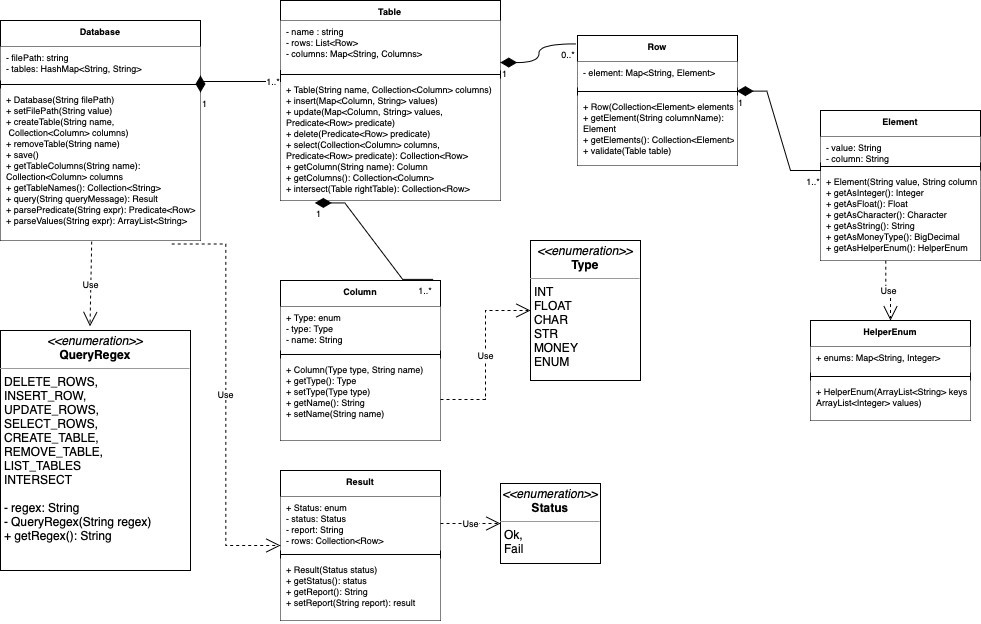
Before: ClassDiagram.drawio.png, a diagram exported from draw.io (zayatsliza/IT). Source tidied: cells renumbered, new cells last; positions are measured from the earlier drawing's top-left corner, leaving out a move shared by most shapes.
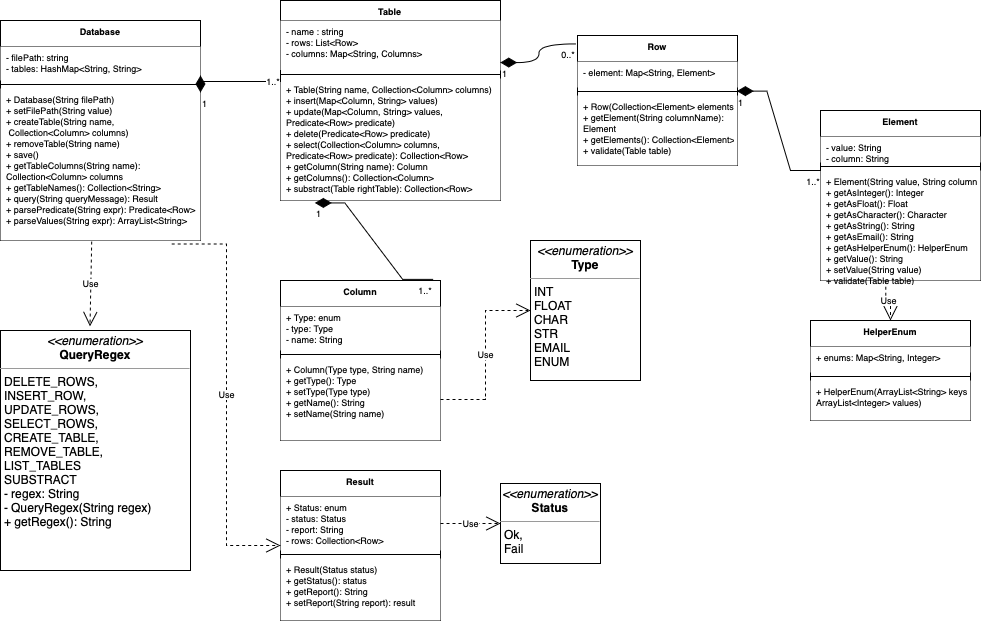
Above is the later version.

What changed in the source:
```diff
@@ -23,7 +23,7 @@
     <mxCell id="8" style="line;strokeWidth=1;fillColor=default;align=left;verticalAlign=middle;spacingTop=-1;spacingLeft=3;spacingRight=3;labelPosition=right;strokeColor=inherit;fontFamily=Helvetica;fontSize=9;fontColor=rgb(0, 0, 0);" parent="6" vertex="1">
       <mxGeometry y="70" width="220" height="8" as="geometry" />
     </mxCell>
-    <mxCell id="9" value="+ Table(String name, Collection&lt;Column&gt; columns)&#10;+ insert(Map&lt;Column, String&gt; values)&#10;+ update(Map&lt;Column, String&gt; values,&#10;Predicate&lt;Row&gt; predicate)&#10;+ delete(Predicate&lt;Row&gt; predicate)&#10;+ select(Collection&lt;Column&gt; columns, &#10;Predicate&lt;Row&gt; predicate): Collection&lt;Row&gt;&#10;+ getColumn(String name): Column&#10;+ getColumns(): Collection&lt;Column&gt;&#10;+ intersect(Table rightTable): Collection&lt;Row&gt;&#10;" style="text;strokeColor=none;fillColor=default;align=left;verticalAlign=top;spacingLeft=4;spacingRight=4;overflow=hidden;points=[[0,0.5],[1,0.5]];portConstraint=eastwest;dashed=1;fontFamily=Helvetica;fontSize=9;fontColor=rgb(0, 0, 0);" parent="6" vertex="1">
+    <mxCell id="9" value="+ Table(String name, Collection&lt;Column&gt; columns)&#10;+ insert(Map&lt;Column, String&gt; values)&#10;+ update(Map&lt;Column, String&gt; values,&#10;Predicate&lt;Row&gt; predicate)&#10;+ delete(Predicate&lt;Row&gt; predicate)&#10;+ select(Collection&lt;Column&gt; columns, &#10;Predicate&lt;Row&gt; predicate): Collection&lt;Row&gt;&#10;+ getColumn(String name): Column&#10;+ getColumns(): Collection&lt;Column&gt;&#10;+ substract(Table rightTable): Collection&lt;Row&gt;&#10;" style="text;strokeColor=none;fillColor=default;align=left;verticalAlign=top;spacingLeft=4;spacingRight=4;overflow=hidden;points=[[0,0.5],[1,0.5]];portConstraint=eastwest;dashed=1;fontFamily=Helvetica;fontSize=9;fontColor=rgb(0, 0, 0);" parent="6" vertex="1">
       <mxGeometry y="78" width="220" height="122" as="geometry" />
     </mxCell>
     <mxCell id="10" value="Row" style="swimlane;fontStyle=1;align=center;verticalAlign=top;horizontal=1;startSize=26;strokeColor=rgb(0, 0, 0);fontFamily=Helvetica;fontSize=9;fontColor=rgb(0, 0, 0);fillColor=default;" parent="1" vertex="1">
@@ -39,7 +39,7 @@
       <mxGeometry y="60" width="160" height="70" as="geometry" />
     </mxCell>
     <mxCell id="14" value="Element" style="swimlane;fontStyle=1;align=center;verticalAlign=top;horizontal=1;startSize=26;strokeColor=rgb(0, 0, 0);fontFamily=Helvetica;fontSize=9;fontColor=rgb(0, 0, 0);fillColor=default;" parent="1" vertex="1">
-      <mxGeometry x="820" y="110" width="160" height="150" as="geometry" />
+      <mxGeometry x="820" y="110" width="160" height="170" as="geometry" />
     </mxCell>
     <mxCell id="15" value="- value: String&#10;- column: String" style="text;strokeColor=none;fillColor=default;align=left;verticalAlign=top;spacingLeft=4;spacingRight=4;overflow=hidden;dashed=1;fontFamily=Helvetica;fontSize=9;fontColor=rgb(0, 0, 0);" parent="14" vertex="1">
       <mxGeometry y="26" width="160" height="26" as="geometry" />
@@ -47,8 +47,8 @@
     <mxCell id="16" style="line;strokeWidth=1;fillColor=default;align=left;verticalAlign=middle;spacingTop=-1;spacingLeft=3;spacingRight=3;labelPosition=right;strokeColor=inherit;fontFamily=Helvetica;fontSize=9;fontColor=rgb(0, 0, 0);" parent="14" vertex="1">
       <mxGeometry y="52" width="160" height="8" as="geometry" />
     </mxCell>
-    <mxCell id="17" value="+ Element(String value, String column)&#10;+ getAsInteger(): Integer&#10;+ getAsFloat(): Float&#10;+ getAsCharacter(): Character&#10;+ getAsString(): String&#10;+ getAsMoneyType(): BigDecimal&#10;+ getAsHelperEnum(): HelperEnum" style="text;strokeColor=none;fillColor=default;align=left;verticalAlign=top;spacingLeft=4;spacingRight=4;overflow=hidden;points=[[0,0.5],[1,0.5]];portConstraint=eastwest;dashed=1;fontFamily=Helvetica;fontSize=9;fontColor=rgb(0, 0, 0);" parent="14" vertex="1">
-      <mxGeometry y="60" width="160" height="90" as="geometry" />
+    <mxCell id="17" value="+ Element(String value, String column)&#10;+ getAsInteger(): Integer&#10;+ getAsFloat(): Float&#10;+ getAsCharacter(): Character&#10;+ getAsString(): String&#10;+ getAsEmail(): String&#10;+ getAsHelperEnum(): HelperEnum&#10;+ getValue(): String&#10;+ setValue(String value)&#10;+ validate(Table table)" style="text;strokeColor=none;fillColor=default;align=left;verticalAlign=top;spacingLeft=4;spacingRight=4;overflow=hidden;points=[[0,0.5],[1,0.5]];portConstraint=eastwest;dashed=1;fontFamily=Helvetica;fontSize=9;fontColor=rgb(0, 0, 0);" parent="14" vertex="1">
+      <mxGeometry y="60" width="160" height="110" as="geometry" />
     </mxCell>
     <mxCell id="18" value="HelperEnum" style="swimlane;fontStyle=1;align=center;verticalAlign=top;horizontal=1;startSize=26;strokeColor=rgb(0, 0, 0);fontFamily=Helvetica;fontSize=9;fontColor=rgb(0, 0, 0);fillColor=default;" parent="1" vertex="1">
       <mxGeometry x="810" y="320" width="160" height="100" as="geometry" />
@@ -62,7 +62,7 @@
     <mxCell id="21" value="+ HelperEnum(ArrayList&lt;String&gt; keys, &#10;ArrayList&lt;Integer&gt; values)" style="text;strokeColor=none;fillColor=default;align=left;verticalAlign=top;spacingLeft=4;spacingRight=4;overflow=hidden;dashed=1;fontFamily=Helvetica;fontSize=9;fontColor=rgb(0, 0, 0);" parent="18" vertex="1">
       <mxGeometry y="60" width="160" height="40" as="geometry" />
     </mxCell>
-    <mxCell id="22" value="&lt;p style=&quot;margin:0px;margin-top:4px;text-align:center;&quot;&gt;&lt;i&gt;&amp;lt;&amp;lt;enumeration&amp;gt;&amp;gt;&lt;/i&gt;&lt;br&gt;&lt;b&gt;QueryRegex&lt;/b&gt;&lt;/p&gt;&lt;hr size=&quot;1&quot;&gt;&lt;p style=&quot;margin:0px;margin-left:4px;&quot;&gt;DELETE_ROWS,&lt;/p&gt;&lt;p style=&quot;margin:0px;margin-left:4px;&quot;&gt;INSERT_ROW,&lt;/p&gt;&lt;p style=&quot;margin:0px;margin-left:4px;&quot;&gt;UPDATE_ROWS,&lt;/p&gt;&lt;p style=&quot;margin:0px;margin-left:4px;&quot;&gt;SELECT_ROWS,&lt;/p&gt;&lt;p style=&quot;margin:0px;margin-left:4px;&quot;&gt;CREATE_TABLE,&lt;/p&gt;&lt;p style=&quot;margin:0px;margin-left:4px;&quot;&gt;REMOVE_TABLE,&lt;/p&gt;&lt;p style=&quot;margin:0px;margin-left:4px;&quot;&gt;LIST_TABLES&lt;/p&gt;&lt;p style=&quot;margin:0px;margin-left:4px;&quot;&gt;INTERSECT&lt;/p&gt;&lt;p style=&quot;margin:0px;margin-left:4px;&quot;&gt;&lt;br&gt;&lt;/p&gt;&lt;p style=&quot;margin:0px;margin-left:4px;&quot;&gt;- regex: String&lt;/p&gt;&lt;p style=&quot;margin:0px;margin-left:4px;&quot;&gt;- QueryRegex(String regex)&lt;/p&gt;&lt;p style=&quot;margin:0px;margin-left:4px;&quot;&gt;+ getRegex(): String&lt;/p&gt;" style="verticalAlign=top;align=left;overflow=fill;fontSize=12;fontFamily=Helvetica;html=1;strokeColor=rgb(0, 0, 0);fontColor=rgb(0, 0, 0);fillColor=rgb(255, 255, 255);" parent="1" vertex="1">
+    <mxCell id="22" value="&lt;p style=&quot;margin:0px;margin-top:4px;text-align:center;&quot;&gt;&lt;i&gt;&amp;lt;&amp;lt;enumeration&amp;gt;&amp;gt;&lt;/i&gt;&lt;br&gt;&lt;b&gt;QueryRegex&lt;/b&gt;&lt;/p&gt;&lt;hr size=&quot;1&quot;&gt;&lt;p style=&quot;margin:0px;margin-left:4px;&quot;&gt;DELETE_ROWS,&lt;/p&gt;&lt;p style=&quot;margin:0px;margin-left:4px;&quot;&gt;INSERT_ROW,&lt;/p&gt;&lt;p style=&quot;margin:0px;margin-left:4px;&quot;&gt;UPDATE_ROWS,&lt;/p&gt;&lt;p style=&quot;margin:0px;margin-left:4px;&quot;&gt;SELECT_ROWS,&lt;/p&gt;&lt;p style=&quot;margin:0px;margin-left:4px;&quot;&gt;CREATE_TABLE,&lt;/p&gt;&lt;p style=&quot;margin:0px;margin-left:4px;&quot;&gt;REMOVE_TABLE,&lt;/p&gt;&lt;p style=&quot;margin:0px;margin-left:4px;&quot;&gt;LIST_TABLES&lt;/p&gt;&lt;p style=&quot;margin:0px;margin-left:4px;&quot;&gt;SUBSTRACT&lt;/p&gt;&lt;p style=&quot;margin:0px;margin-left:4px;&quot;&gt;- regex: String&lt;/p&gt;&lt;p style=&quot;margin:0px;margin-left:4px;&quot;&gt;- QueryRegex(String regex)&lt;/p&gt;&lt;p style=&quot;margin:0px;margin-left:4px;&quot;&gt;+ getRegex(): String&lt;/p&gt;" style="verticalAlign=top;align=left;overflow=fill;fontSize=12;fontFamily=Helvetica;html=1;strokeColor=rgb(0, 0, 0);fontColor=rgb(0, 0, 0);fillColor=rgb(255, 255, 255);" parent="1" vertex="1">
       <mxGeometry y="330" width="190" height="240" as="geometry" />
     </mxCell>
     <mxCell id="23" value="Column" style="swimlane;fontStyle=1;align=center;verticalAlign=top;horizontal=1;startSize=26;strokeColor=rgb(0, 0, 0);fontFamily=Helvetica;fontSize=9;fontColor=rgb(0, 0, 0);fillColor=default;" parent="1" vertex="1">
@@ -77,7 +77,7 @@
     <mxCell id="26" value="+ Column(Type type, String name)&#10;+ getType(): Type&#10;+ setType(Type type)&#10;+ getName(): String&#10;+ setName(String name)" style="text;strokeColor=none;fillColor=default;align=left;verticalAlign=top;spacingLeft=4;spacingRight=4;overflow=hidden;points=[[0,0.5],[1,0.5]];portConstraint=eastwest;dashed=1;fontFamily=Helvetica;fontSize=9;fontColor=rgb(0, 0, 0);" parent="23" vertex="1">
       <mxGeometry y="78" width="160" height="82" as="geometry" />
     </mxCell>
-    <mxCell id="27" value="&lt;p style=&quot;margin:0px;margin-top:4px;text-align:center;&quot;&gt;&lt;i&gt;&amp;lt;&amp;lt;enumeration&amp;gt;&amp;gt;&lt;/i&gt;&lt;br&gt;&lt;b&gt;Type&lt;/b&gt;&lt;/p&gt;&lt;hr size=&quot;1&quot;&gt;&lt;p style=&quot;margin:0px;margin-left:4px;&quot;&gt;INT&lt;/p&gt;&lt;p style=&quot;margin:0px;margin-left:4px;&quot;&gt;FLOAT&lt;/p&gt;&lt;p style=&quot;margin:0px;margin-left:4px;&quot;&gt;CHAR&lt;/p&gt;&lt;p style=&quot;margin:0px;margin-left:4px;&quot;&gt;STR&lt;/p&gt;&lt;p style=&quot;margin:0px;margin-left:4px;&quot;&gt;MONEY&lt;/p&gt;&lt;p style=&quot;margin:0px;margin-left:4px;&quot;&gt;ENUM&lt;/p&gt;&lt;p style=&quot;margin:0px;margin-left:4px;&quot;&gt;&lt;br&gt;&lt;/p&gt;" style="verticalAlign=top;align=left;overflow=fill;fontSize=12;fontFamily=Helvetica;html=1;strokeColor=rgb(0, 0, 0);fontColor=rgb(0, 0, 0);fillColor=rgb(255, 255, 255);" parent="1" vertex="1">
+    <mxCell id="27" value="&lt;p style=&quot;margin:0px;margin-top:4px;text-align:center;&quot;&gt;&lt;i&gt;&amp;lt;&amp;lt;enumeration&amp;gt;&amp;gt;&lt;/i&gt;&lt;br&gt;&lt;b&gt;Type&lt;/b&gt;&lt;/p&gt;&lt;hr size=&quot;1&quot;&gt;&lt;p style=&quot;margin:0px;margin-left:4px;&quot;&gt;INT&lt;/p&gt;&lt;p style=&quot;margin:0px;margin-left:4px;&quot;&gt;FLOAT&lt;/p&gt;&lt;p style=&quot;margin:0px;margin-left:4px;&quot;&gt;CHAR&lt;/p&gt;&lt;p style=&quot;margin:0px;margin-left:4px;&quot;&gt;STR&lt;/p&gt;&lt;p style=&quot;margin:0px;margin-left:4px;&quot;&gt;EMAIL&lt;/p&gt;&lt;p style=&quot;margin:0px;margin-left:4px;&quot;&gt;ENUM&lt;/p&gt;&lt;p style=&quot;margin:0px;margin-left:4px;&quot;&gt;&lt;br&gt;&lt;/p&gt;" style="verticalAlign=top;align=left;overflow=fill;fontSize=12;fontFamily=Helvetica;html=1;strokeColor=rgb(0, 0, 0);fontColor=rgb(0, 0, 0);fillColor=rgb(255, 255, 255);" parent="1" vertex="1">
       <mxGeometry x="530" y="240" width="110" height="140" as="geometry" />
     </mxCell>
     <mxCell id="28" value="Result" style="swimlane;fontStyle=1;align=center;verticalAlign=top;horizontal=1;startSize=26;strokeColor=rgb(0, 0, 0);fontFamily=Helvetica;fontSize=9;fontColor=rgb(0, 0, 0);fillColor=default;" parent="1" vertex="1">
```
